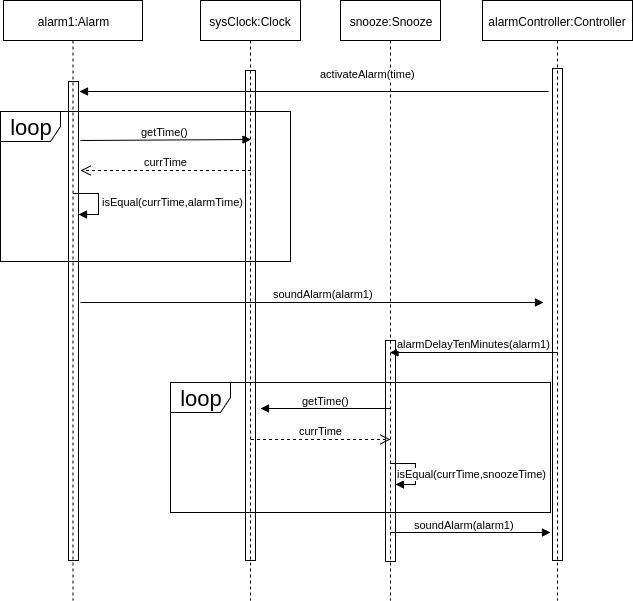
Above: OSDpng/snoozeAlarm.png in CSCI-360-01-2017/Team-Malaga (draw.io), before the change. Source tidied: cells renumbered, new cells last; positions are measured from the earlier drawing's top-left corner, leaving out a move shared by most shapes. Source of this version:
```xml
<mxGraphModel>
  <root>
    <mxCell id="0" />
    <mxCell id="1" parent="0" />
    <mxCell id="2" value="alarm1:Alarm" style="shape=umlLifeline;perimeter=lifelinePerimeter;whiteSpace=wrap;html=1;" parent="1" vertex="1">
      <mxGeometry x="3" width="139" height="600" as="geometry" />
    </mxCell>
    <mxCell id="3" style="html=1;points=[];perimeter=orthogonalPerimeter;fillColor=none;fontSize=22;fontColor=none;" parent="2" vertex="1">
      <mxGeometry x="65" y="81" width="10" height="479" as="geometry" />
    </mxCell>
    <mxCell id="4" value="sysClock:Clock" style="shape=umlLifeline;perimeter=lifelinePerimeter;whiteSpace=wrap;html=1;" parent="1" vertex="1">
      <mxGeometry x="200" width="100" height="600" as="geometry" />
    </mxCell>
    <mxCell id="5" style="html=1;perimeter=orthogonalPerimeter;fillColor=none;fontSize=22;fontColor=none;" parent="4" vertex="1">
      <mxGeometry x="45" y="70" width="10" height="490" as="geometry" />
    </mxCell>
    <mxCell id="6" value="snooze:Snooze" style="shape=umlLifeline;perimeter=lifelinePerimeter;whiteSpace=wrap;html=1;" parent="1" vertex="1">
      <mxGeometry x="340" width="100" height="600" as="geometry" />
    </mxCell>
    <mxCell id="7" style="html=1;perimeter=orthogonalPerimeter;fillColor=none;fontSize=22;fontColor=none;" parent="6" vertex="1">
      <mxGeometry x="45" y="340" width="10" height="221" as="geometry" />
    </mxCell>
    <mxCell id="8" value="alarmController:Controller" style="shape=umlLifeline;perimeter=lifelinePerimeter;whiteSpace=wrap;html=1;" parent="1" vertex="1">
      <mxGeometry x="482" width="150" height="600" as="geometry" />
    </mxCell>
    <mxCell id="9" value="loop" style="shape=umlFrame;whiteSpace=wrap;html=1;fillColor=none;fontSize=22;fontColor=none;" parent="1" vertex="1">
      <mxGeometry y="111" width="290" height="150" as="geometry" />
    </mxCell>
    <mxCell id="10" value="activateAlarm(time)" style="endArrow=block;endFill=1;html=1;edgeStyle=orthogonalEdgeStyle;align=left;verticalAlign=top;entryX=1.1;entryY=0.021;entryPerimeter=0;" parent="1" edge="1" target="3">
      <mxGeometry x="-0.02" y="-30" relative="1" as="geometry">
        <mxPoint x="548" y="91" as="sourcePoint" />
      </mxGeometry>
    </mxCell>
    <mxCell id="11" value="getTime()" style="html=1;verticalAlign=bottom;endArrow=block;fontColor=none;exitX=1.2;exitY=0.123;exitPerimeter=0;" parent="1" edge="1" source="3">
      <mxGeometry relative="1" as="geometry">
        <mxPoint x="250.5" y="139" as="targetPoint" />
      </mxGeometry>
    </mxCell>
    <mxCell id="12" value="isEqual(currTime,alarmTime)" style="edgeStyle=orthogonalEdgeStyle;html=1;align=left;spacingLeft=2;endArrow=block;rounded=0;entryX=1;entryY=0;fontColor=none;" parent="1" edge="1">
      <mxGeometry relative="1" as="geometry">
        <mxPoint x="73" y="193" as="sourcePoint" />
        <mxPoint x="78" y="214" as="targetPoint" />
        <Array as="points">
          <mxPoint x="98" y="193" />
        </Array>
      </mxGeometry>
    </mxCell>
    <mxCell id="13" value="alarmDelayTenMinutes(alarm1)" style="html=1;verticalAlign=bottom;endArrow=block;exitX=0.5;exitY=0.315;exitPerimeter=0;" parent="1" edge="1">
      <mxGeometry relative="1" as="geometry">
        <mxPoint x="557" y="352" as="sourcePoint" />
        <mxPoint x="389.5" y="352" as="targetPoint" />
      </mxGeometry>
    </mxCell>
    <mxCell id="14" value="getTime()" style="endArrow=block;endFill=1;html=1;edgeStyle=orthogonalEdgeStyle;align=left;verticalAlign=top;" parent="1" edge="1">
      <mxGeometry y="128" as="geometry">
        <mxPoint x="390" y="408" as="sourcePoint" />
        <mxPoint x="260" y="408" as="targetPoint" />
        <Array as="points">
          <mxPoint x="310" y="408" />
          <mxPoint x="310" y="408" />
        </Array>
        <mxPoint x="-25" y="-20" as="offset" />
      </mxGeometry>
    </mxCell>
    <mxCell id="15" value="currTime" style="html=1;verticalAlign=bottom;endArrow=open;dashed=1;endSize=8;" parent="1" edge="1">
      <mxGeometry x="370.5" y="489" as="geometry">
        <mxPoint x="250.5" y="439" as="sourcePoint" />
        <mxPoint x="390" y="439" as="targetPoint" />
      </mxGeometry>
    </mxCell>
    <mxCell id="16" value="currTime" style="html=1;verticalAlign=bottom;endArrow=open;dashed=1;endSize=8;entryX=1.2;entryY=0.175;entryPerimeter=0;" parent="1" edge="1">
      <mxGeometry x="370.5" y="220" as="geometry">
        <mxPoint x="250.5" y="170" as="sourcePoint" />
        <mxPoint x="80" y="170" as="targetPoint" />
      </mxGeometry>
    </mxCell>
    <mxCell id="17" value="soundAlarm(alarm1)" style="endArrow=block;endFill=1;html=1;edgeStyle=orthogonalEdgeStyle;align=left;verticalAlign=top;" parent="1" edge="1">
      <mxGeometry y="-19" as="geometry">
        <mxPoint x="80" y="302" as="sourcePoint" />
        <mxPoint x="543" y="302" as="targetPoint" />
        <mxPoint x="-41" y="-21" as="offset" />
      </mxGeometry>
    </mxCell>
    <mxCell id="18" value="loop" style="shape=umlFrame;whiteSpace=wrap;html=1;fillColor=none;fontSize=22;fontColor=none;" parent="1" vertex="1">
      <mxGeometry x="170" y="382" width="380" height="130" as="geometry" />
    </mxCell>
    <mxCell id="19" value="isEqual(currTime,snoozeTime)" style="edgeStyle=orthogonalEdgeStyle;html=1;align=left;spacingLeft=2;endArrow=block;rounded=0;entryX=1;entryY=0;fontColor=none;" parent="1" edge="1">
      <mxGeometry x="510" y="513" as="geometry">
        <mxPoint x="390" y="463" as="sourcePoint" />
        <mxPoint x="395" y="484" as="targetPoint" />
        <Array as="points">
          <mxPoint x="415" y="463" />
        </Array>
      </mxGeometry>
    </mxCell>
    <mxCell id="20" value="soundAlarm(alarm1)" style="endArrow=block;endFill=1;html=1;edgeStyle=orthogonalEdgeStyle;align=left;verticalAlign=top;" parent="1" edge="1">
      <mxGeometry x="417" y="122" as="geometry">
        <mxPoint x="390" y="532" as="sourcePoint" />
        <mxPoint x="550" y="532" as="targetPoint" />
        <mxPoint x="-58" y="-20" as="offset" />
      </mxGeometry>
    </mxCell>
    <mxCell id="21" style="html=1;perimeter=orthogonalPerimeter;fillColor=none;fontSize=22;fontColor=none;" parent="1" vertex="1">
      <mxGeometry x="552" y="68" width="10" height="492" as="geometry" />
    </mxCell>
  </root>
</mxGraphModel>
```
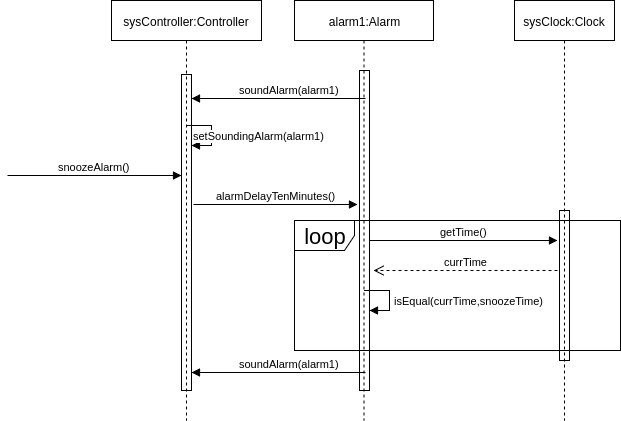
Later version of the same file.

Change to the diagram source:
```diff
@@ -3,105 +3,82 @@
     <mxCell id="0" />
     <mxCell id="1" parent="0" />
     <mxCell id="2" value="alarm1:Alarm" style="shape=umlLifeline;perimeter=lifelinePerimeter;whiteSpace=wrap;html=1;" parent="1" vertex="1">
-      <mxGeometry x="3" width="139" height="600" as="geometry" />
+      <mxGeometry x="127" width="139" height="420" as="geometry" />
     </mxCell>
     <mxCell id="3" style="html=1;points=[];perimeter=orthogonalPerimeter;fillColor=none;fontSize=22;fontColor=none;" parent="2" vertex="1">
-      <mxGeometry x="65" y="81" width="10" height="479" as="geometry" />
+      <mxGeometry x="65" y="70" width="10" height="320" as="geometry" />
     </mxCell>
     <mxCell id="4" value="sysClock:Clock" style="shape=umlLifeline;perimeter=lifelinePerimeter;whiteSpace=wrap;html=1;" parent="1" vertex="1">
-      <mxGeometry x="200" width="100" height="600" as="geometry" />
+      <mxGeometry x="347" width="100" height="420" as="geometry" />
     </mxCell>
     <mxCell id="5" style="html=1;perimeter=orthogonalPerimeter;fillColor=none;fontSize=22;fontColor=none;" parent="4" vertex="1">
-      <mxGeometry x="45" y="70" width="10" height="490" as="geometry" />
+      <mxGeometry x="45" y="210" width="10" height="150" as="geometry" />
     </mxCell>
-    <mxCell id="6" value="snooze:Snooze" style="shape=umlLifeline;perimeter=lifelinePerimeter;whiteSpace=wrap;html=1;" parent="1" vertex="1">
-      <mxGeometry x="340" width="100" height="600" as="geometry" />
-    </mxCell>
-    <mxCell id="7" style="html=1;perimeter=orthogonalPerimeter;fillColor=none;fontSize=22;fontColor=none;" parent="6" vertex="1">
-      <mxGeometry x="45" y="340" width="10" height="221" as="geometry" />
-    </mxCell>
-    <mxCell id="8" value="alarmController:Controller" style="shape=umlLifeline;perimeter=lifelinePerimeter;whiteSpace=wrap;html=1;" parent="1" vertex="1">
-      <mxGeometry x="482" width="150" height="600" as="geometry" />
+    <mxCell id="8" value="sysController:Controller" style="shape=umlLifeline;perimeter=lifelinePerimeter;whiteSpace=wrap;html=1;" parent="1" vertex="1">
+      <mxGeometry x="-56" width="150" height="420" as="geometry" />
     </mxCell>
-    <mxCell id="9" value="loop" style="shape=umlFrame;whiteSpace=wrap;html=1;fillColor=none;fontSize=22;fontColor=none;" parent="1" vertex="1">
-      <mxGeometry y="111" width="290" height="150" as="geometry" />
-    </mxCell>
-    <mxCell id="10" value="activateAlarm(time)" style="endArrow=block;endFill=1;html=1;edgeStyle=orthogonalEdgeStyle;align=left;verticalAlign=top;entryX=1.1;entryY=0.021;entryPerimeter=0;" parent="1" edge="1" target="3">
-      <mxGeometry x="-0.02" y="-30" relative="1" as="geometry">
-        <mxPoint x="548" y="91" as="sourcePoint" />
-      </mxGeometry>
-    </mxCell>
-    <mxCell id="11" value="getTime()" style="html=1;verticalAlign=bottom;endArrow=block;fontColor=none;exitX=1.2;exitY=0.123;exitPerimeter=0;" parent="1" edge="1" source="3">
-      <mxGeometry relative="1" as="geometry">
-        <mxPoint x="250.5" y="139" as="targetPoint" />
-      </mxGeometry>
-    </mxCell>
-    <mxCell id="12" value="isEqual(currTime,alarmTime)" style="edgeStyle=orthogonalEdgeStyle;html=1;align=left;spacingLeft=2;endArrow=block;rounded=0;entryX=1;entryY=0;fontColor=none;" parent="1" edge="1">
-      <mxGeometry relative="1" as="geometry">
-        <mxPoint x="73" y="193" as="sourcePoint" />
-        <mxPoint x="78" y="214" as="targetPoint" />
-        <Array as="points">
-          <mxPoint x="98" y="193" />
-        </Array>
-      </mxGeometry>
-    </mxCell>
-    <mxCell id="13" value="alarmDelayTenMinutes(alarm1)" style="html=1;verticalAlign=bottom;endArrow=block;exitX=0.5;exitY=0.315;exitPerimeter=0;" parent="1" edge="1">
+    <mxCell id="13" value="alarmDelayTenMinutes()" style="html=1;verticalAlign=bottom;endArrow=block;exitX=1.671;exitY=0.565;exitPerimeter=0;" parent="1" edge="1">
       <mxGeometry relative="1" as="geometry">
-        <mxPoint x="557" y="352" as="sourcePoint" />
-        <mxPoint x="389.5" y="352" as="targetPoint" />
+        <mxPoint x="26" y="204" as="sourcePoint" />
+        <mxPoint x="190" y="204" as="targetPoint" />
       </mxGeometry>
     </mxCell>
-    <mxCell id="14" value="getTime()" style="endArrow=block;endFill=1;html=1;edgeStyle=orthogonalEdgeStyle;align=left;verticalAlign=top;" parent="1" edge="1">
-      <mxGeometry y="128" as="geometry">
-        <mxPoint x="390" y="408" as="sourcePoint" />
-        <mxPoint x="260" y="408" as="targetPoint" />
-        <Array as="points">
-          <mxPoint x="310" y="408" />
-          <mxPoint x="310" y="408" />
-        </Array>
-        <mxPoint x="-25" y="-20" as="offset" />
-      </mxGeometry>
-    </mxCell>
-    <mxCell id="15" value="currTime" style="html=1;verticalAlign=bottom;endArrow=open;dashed=1;endSize=8;" parent="1" edge="1">
-      <mxGeometry x="370.5" y="489" as="geometry">
-        <mxPoint x="250.5" y="439" as="sourcePoint" />
-        <mxPoint x="390" y="439" as="targetPoint" />
+    <mxCell id="15" value="currTime" style="html=1;verticalAlign=bottom;endArrow=open;dashed=1;endSize=8;entryX=1.3;entryY=0.395;entryPerimeter=0;" parent="1" edge="1">
+      <mxGeometry x="481.5" y="320" as="geometry">
+        <mxPoint x="390" y="270" as="sourcePoint" />
+        <mxPoint x="206" y="270" as="targetPoint" />
       </mxGeometry>
     </mxCell>
-    <mxCell id="16" value="currTime" style="html=1;verticalAlign=bottom;endArrow=open;dashed=1;endSize=8;entryX=1.2;entryY=0.175;entryPerimeter=0;" parent="1" edge="1">
-      <mxGeometry x="370.5" y="220" as="geometry">
-        <mxPoint x="250.5" y="170" as="sourcePoint" />
-        <mxPoint x="80" y="170" as="targetPoint" />
-      </mxGeometry>
-    </mxCell>
     <mxCell id="17" value="soundAlarm(alarm1)" style="endArrow=block;endFill=1;html=1;edgeStyle=orthogonalEdgeStyle;align=left;verticalAlign=top;" parent="1" edge="1">
-      <mxGeometry y="-19" as="geometry">
-        <mxPoint x="80" y="302" as="sourcePoint" />
-        <mxPoint x="543" y="302" as="targetPoint" />
+      <mxGeometry x="118" y="-223" as="geometry">
+        <mxPoint x="198" y="98" as="sourcePoint" />
+        <mxPoint x="24" y="98" as="targetPoint" />
         <mxPoint x="-41" y="-21" as="offset" />
       </mxGeometry>
     </mxCell>
     <mxCell id="18" value="loop" style="shape=umlFrame;whiteSpace=wrap;html=1;fillColor=none;fontSize=22;fontColor=none;" parent="1" vertex="1">
-      <mxGeometry x="170" y="382" width="380" height="130" as="geometry" />
+      <mxGeometry x="127" y="220" width="326" height="130" as="geometry" />
     </mxCell>
+    <mxCell id="21" style="html=1;perimeter=orthogonalPerimeter;fillColor=none;fontSize=22;fontColor=none;" parent="1" vertex="1">
+      <mxGeometry x="14" y="74" width="10" height="316" as="geometry" />
+    </mxCell>
+    <mxCell id="22" value="snoozeAlarm()" style="html=1;verticalAlign=bottom;endArrow=block;" parent="1" edge="1">
+      <mxGeometry x="-375" y="225" as="geometry">
+        <mxPoint x="-160" y="175" as="sourcePoint" />
+        <mxPoint x="14" y="175" as="targetPoint" />
+      </mxGeometry>
+    </mxCell>
+    <mxCell id="23" value="setSoundingAlarm(alarm1)" style="edgeStyle=orthogonalEdgeStyle;html=1;align=left;spacingLeft=2;endArrow=block;rounded=0;entryX=1;entryY=0;" parent="1" edge="1">
+      <mxGeometry x="139" y="175" as="geometry">
+        <mxPoint x="19" y="125" as="sourcePoint" />
+        <mxPoint x="24" y="145" as="targetPoint" />
+        <Array as="points">
+          <mxPoint x="44" y="125" />
+        </Array>
+      </mxGeometry>
+    </mxCell>
+    <mxCell id="24" value="getTime()" style="html=1;verticalAlign=bottom;endArrow=block;entryX=-0.2;entryY=0.347;entryPerimeter=0;" parent="1" edge="1">
+      <mxGeometry x="-13" y="290" as="geometry">
+        <mxPoint x="202" y="240" as="sourcePoint" />
+        <mxPoint x="390" y="240" as="targetPoint" />
+      </mxGeometry>
+    </mxCell>
-    <mxCell id="19" value="isEqual(currTime,snoozeTime)" style="edgeStyle=orthogonalEdgeStyle;html=1;align=left;spacingLeft=2;endArrow=block;rounded=0;entryX=1;entryY=0;fontColor=none;" parent="1" edge="1">
-      <mxGeometry x="510" y="513" as="geometry">
-        <mxPoint x="390" y="463" as="sourcePoint" />
-        <mxPoint x="395" y="484" as="targetPoint" />
+    <mxCell id="19" value="isEqual(currTime,snoozeTime)" style="edgeStyle=orthogonalEdgeStyle;html=1;align=left;spacingLeft=2;endArrow=block;rounded=0;entryX=1;entryY=0;" parent="1" edge="1">
+      <mxGeometry as="geometry">
+        <mxPoint x="197" y="290" as="sourcePoint" />
+        <mxPoint x="202" y="310" as="targetPoint" />
         <Array as="points">
-          <mxPoint x="415" y="463" />
+          <mxPoint x="222" y="290" />
         </Array>
+        <mxPoint x="23" as="offset" />
       </mxGeometry>
     </mxCell>
     <mxCell id="20" value="soundAlarm(alarm1)" style="endArrow=block;endFill=1;html=1;edgeStyle=orthogonalEdgeStyle;align=left;verticalAlign=top;" parent="1" edge="1">
-      <mxGeometry x="417" y="122" as="geometry">
-        <mxPoint x="390" y="532" as="sourcePoint" />
-        <mxPoint x="550" y="532" as="targetPoint" />
-        <mxPoint x="-58" y="-20" as="offset" />
+      <mxGeometry x="118" y="51" as="geometry">
+        <mxPoint x="198" y="372" as="sourcePoint" />
+        <mxPoint x="24" y="372" as="targetPoint" />
+        <mxPoint x="-41" y="-21" as="offset" />
       </mxGeometry>
     </mxCell>
-    <mxCell id="21" style="html=1;perimeter=orthogonalPerimeter;fillColor=none;fontSize=22;fontColor=none;" parent="1" vertex="1">
-      <mxGeometry x="552" y="68" width="10" height="492" as="geometry" />
-    </mxCell>
   </root>
 </mxGraphModel>
```
